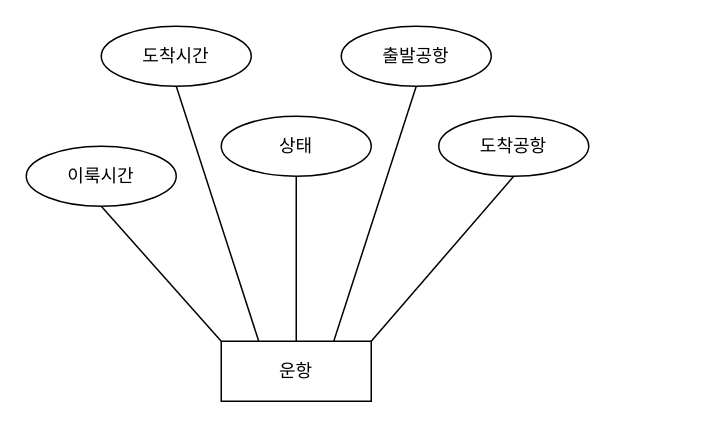
Earlier version of the draw.io diagram 공항.drawio (soupissalt/Festival). Source tidied: cells renumbered, new cells numbered last; positions are measured from the earlier drawing's top-left corner, leaving out a move shared by most shapes. Both pictures are drawn from the tidied source at 150%, with x=0, y=0 at pixel (26, 26).
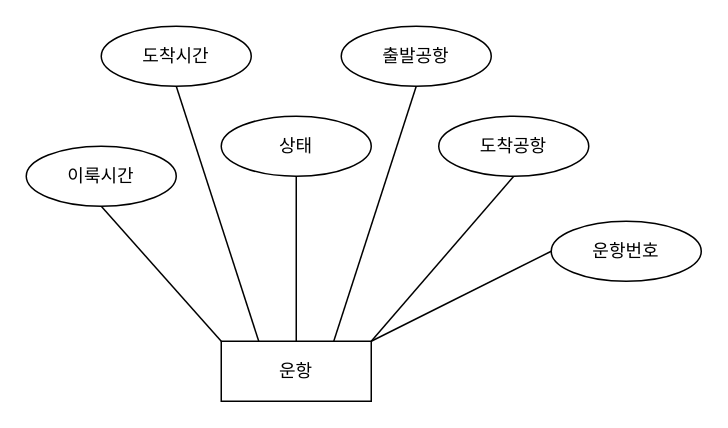
The same page after the edit.

Commit message (it also covers changes not shown here):
공항.drawio 업데이트

Change to the diagram source:
```diff
@@
 <mxGraphModel>
   <root>
     <mxCell id="0" />
     <mxCell id="1" parent="0" />
     <mxCell id="2" value="운항" style="whiteSpace=wrap;html=1;align=center;" parent="1" vertex="1">
       <mxGeometry x="130" y="210" width="100" height="40" as="geometry" />
     </mxCell>
     <mxCell id="3" style="endArrow=none;html=1;rounded=0;entryX=0;entryY=0;entryDx=0;entryDy=0;exitX=0.5;exitY=1;exitDx=0;exitDy=0;" parent="1" edge="1" source="4" target="2">
       <mxGeometry relative="1" as="geometry" />
     </mxCell>
     <mxCell id="4" value="이룩시간" style="ellipse;whiteSpace=wrap;html=1;align=center;" parent="1" vertex="1">
       <mxGeometry y="80" width="100" height="40" as="geometry" />
     </mxCell>
     <mxCell id="5" style="endArrow=none;html=1;rounded=0;entryX=0.25;entryY=0;entryDx=0;entryDy=0;exitX=0.5;exitY=1;exitDx=0;exitDy=0;" parent="1" edge="1" source="6" target="2">
       <mxGeometry relative="1" as="geometry" />
     </mxCell>
     <mxCell id="6" value="도착시간" style="ellipse;whiteSpace=wrap;html=1;align=center;" parent="1" vertex="1">
       <mxGeometry x="50" width="100" height="40" as="geometry" />
     </mxCell>
     <mxCell id="7" style="endArrow=none;html=1;rounded=0;entryX=0.5;entryY=0;entryDx=0;entryDy=0;exitX=0.5;exitY=1;exitDx=0;exitDy=0;" parent="1" edge="1" source="8" target="2">
       <mxGeometry relative="1" as="geometry" />
     </mxCell>
     <mxCell id="8" value="상태" style="ellipse;whiteSpace=wrap;html=1;align=center;" parent="1" vertex="1">
       <mxGeometry x="130" y="60" width="100" height="40" as="geometry" />
     </mxCell>
     <mxCell id="9" style="endArrow=none;html=1;rounded=0;entryX=0.75;entryY=0;entryDx=0;entryDy=0;exitX=0.5;exitY=1;exitDx=0;exitDy=0;" parent="1" edge="1" source="10" target="2">
       <mxGeometry relative="1" as="geometry" />
     </mxCell>
     <mxCell id="10" value="출발공항" style="ellipse;whiteSpace=wrap;html=1;align=center;" parent="1" vertex="1">
       <mxGeometry x="210" width="100" height="40" as="geometry" />
     </mxCell>
     <mxCell id="11" style="endArrow=none;html=1;rounded=0;entryX=1;entryY=0;entryDx=0;entryDy=0;exitX=0.5;exitY=1;exitDx=0;exitDy=0;" parent="1" edge="1" source="12" target="2">
       <mxGeometry relative="1" as="geometry" />
     </mxCell>
     <mxCell id="12" value="도착공항" style="ellipse;whiteSpace=wrap;html=1;align=center;" parent="1" vertex="1">
       <mxGeometry x="275" y="60" width="100" height="40" as="geometry" />
     </mxCell>
+    <mxCell id="13" style="endArrow=none;html=1;rounded=0;entryX=1;entryY=0;entryDx=0;entryDy=0;exitX=0;exitY=0.5;exitDx=0;exitDy=0;" parent="1" edge="1" source="14" target="2">
+      <mxGeometry relative="1" as="geometry" />
+    </mxCell>
+    <mxCell id="14" value="운항번호" style="ellipse;whiteSpace=wrap;html=1;align=center;" parent="1" vertex="1">
+      <mxGeometry x="350" y="130" width="100" height="40" as="geometry" />
+    </mxCell>
   </root>
 </mxGraphModel>
```
